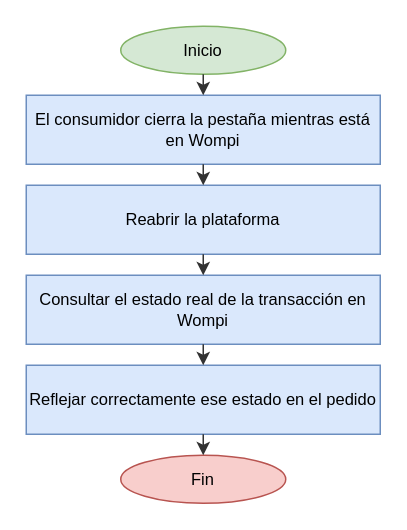
The draw.io diagram page "HU-018 · Cierre de sesión durante el pago" (16 of 23) of docs/sena/diagramas/AgroConecta_Diagramas_de_Flujo.drawio in diegomorelohenao-dot/Ducument_Agroconecta, before the edit. Source tidied: cells renumbered, new cells numbered last; positions are measured from the earlier drawing's top-left corner, leaving out a move shared by most shapes. Both pictures are drawn from the tidied source at 150%, with x=0, y=0 at pixel (26, 26).
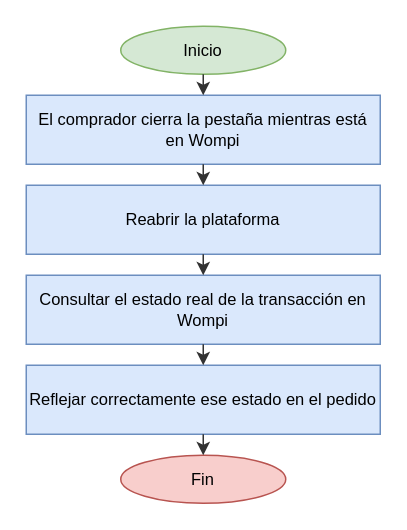
After the change.

Commit message (it also covers changes not shown here):
docs: unificar 'comprador' en los diagramas de flujo (HU-033 Calificar al comprador)

Diff of the diagram source:
```diff
@@
 <mxGraphModel>
   <root>
     <mxCell id="0" />
     <mxCell id="1" parent="0" />
     <mxCell id="2" value="Inicio" style="ellipse;whiteSpace=wrap;html=1;fillColor=#d5e8d4;strokeColor=#82b366;fontSize=11;" parent="1" vertex="1">
       <mxGeometry x="63" width="110" height="32" as="geometry" />
     </mxCell>
-    <mxCell id="3" value="El consumidor cierra la pestaña mientras está en Wompi" style="rounded=0;whiteSpace=wrap;html=1;fillColor=#dae8fc;strokeColor=#6c8ebf;fontSize=11;" parent="1" vertex="1">
+    <mxCell id="3" value="El comprador cierra la pestaña mientras está en Wompi" style="rounded=0;whiteSpace=wrap;html=1;fillColor=#dae8fc;strokeColor=#6c8ebf;fontSize=11;" parent="1" vertex="1">
       <mxGeometry y="46" width="236" height="46" as="geometry" />
     </mxCell>
     <mxCell id="4" value="Reabrir la plataforma" style="rounded=0;whiteSpace=wrap;html=1;fillColor=#dae8fc;strokeColor=#6c8ebf;fontSize=11;" parent="1" vertex="1">
       <mxGeometry y="106" width="236" height="46" as="geometry" />
     </mxCell>
     <mxCell id="5" value="Consultar el estado real de la transacción en Wompi" style="rounded=0;whiteSpace=wrap;html=1;fillColor=#dae8fc;strokeColor=#6c8ebf;fontSize=11;" parent="1" vertex="1">
       <mxGeometry y="166" width="236" height="46" as="geometry" />
     </mxCell>
     <mxCell id="6" value="Reflejar correctamente ese estado en el pedido" style="rounded=0;whiteSpace=wrap;html=1;fillColor=#dae8fc;strokeColor=#6c8ebf;fontSize=11;" parent="1" vertex="1">
       <mxGeometry y="226" width="236" height="46" as="geometry" />
     </mxCell>
     <mxCell id="7" value="Fin" style="ellipse;whiteSpace=wrap;html=1;fillColor=#f8cecc;strokeColor=#b85450;fontSize=11;" parent="1" vertex="1">
       <mxGeometry x="63" y="286" width="110" height="32" as="geometry" />
     </mxCell>
     <mxCell id="8" style="endArrow=classic;html=1;rounded=0;edgeStyle=none;strokeColor=#333333;fontSize=11;labelBackgroundColor=#ffffff;" parent="1" edge="1" source="2" target="3">
       <mxGeometry relative="1" as="geometry" />
     </mxCell>
     <mxCell id="9" style="endArrow=classic;html=1;rounded=0;edgeStyle=none;strokeColor=#333333;fontSize=11;labelBackgroundColor=#ffffff;" parent="1" edge="1" source="3" target="4">
       <mxGeometry relative="1" as="geometry" />
     </mxCell>
     <mxCell id="10" style="endArrow=classic;html=1;rounded=0;edgeStyle=none;strokeColor=#333333;fontSize=11;labelBackgroundColor=#ffffff;" parent="1" edge="1" source="4" target="5">
       <mxGeometry relative="1" as="geometry" />
     </mxCell>
     <mxCell id="11" style="endArrow=classic;html=1;rounded=0;edgeStyle=none;strokeColor=#333333;fontSize=11;labelBackgroundColor=#ffffff;" parent="1" edge="1" source="5" target="6">
       <mxGeometry relative="1" as="geometry" />
     </mxCell>
     <mxCell id="12" style="endArrow=classic;html=1;rounded=0;edgeStyle=none;strokeColor=#333333;fontSize=11;labelBackgroundColor=#ffffff;" parent="1" edge="1" source="6" target="7">
       <mxGeometry relative="1" as="geometry" />
     </mxCell>
   </root>
 </mxGraphModel>
```
